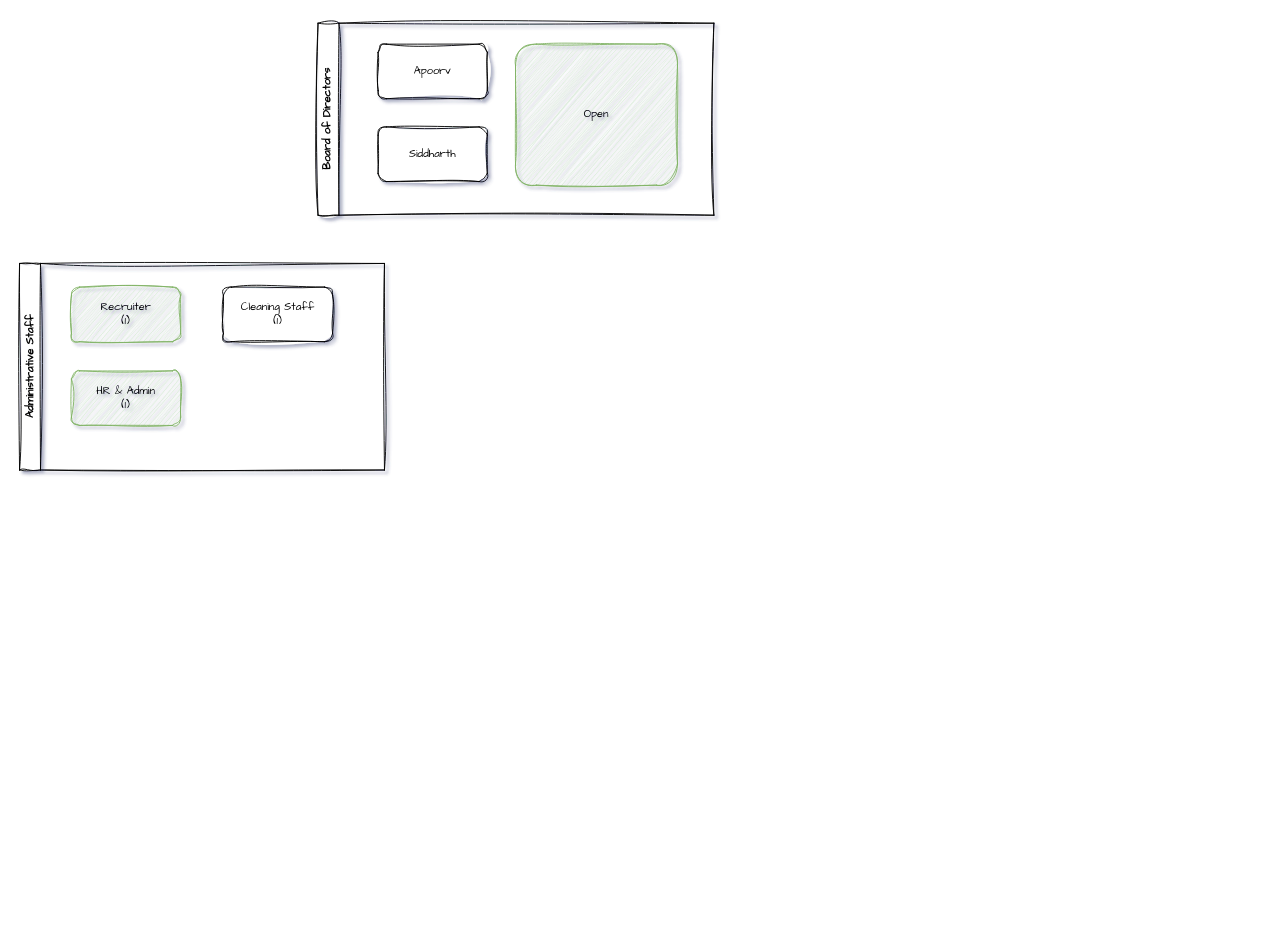
asoral/draw.io keeps this draw.io diagram as Untitled Diagram.drawio. Above is the earlier version. Source tidied: cells renumbered, new cells numbered last; positions are measured from the earlier drawing's top-left corner, leaving out a move shared by most shapes. Both pictures are drawn from the tidied source at 91%, with x=0, y=0 at pixel (19, 23).
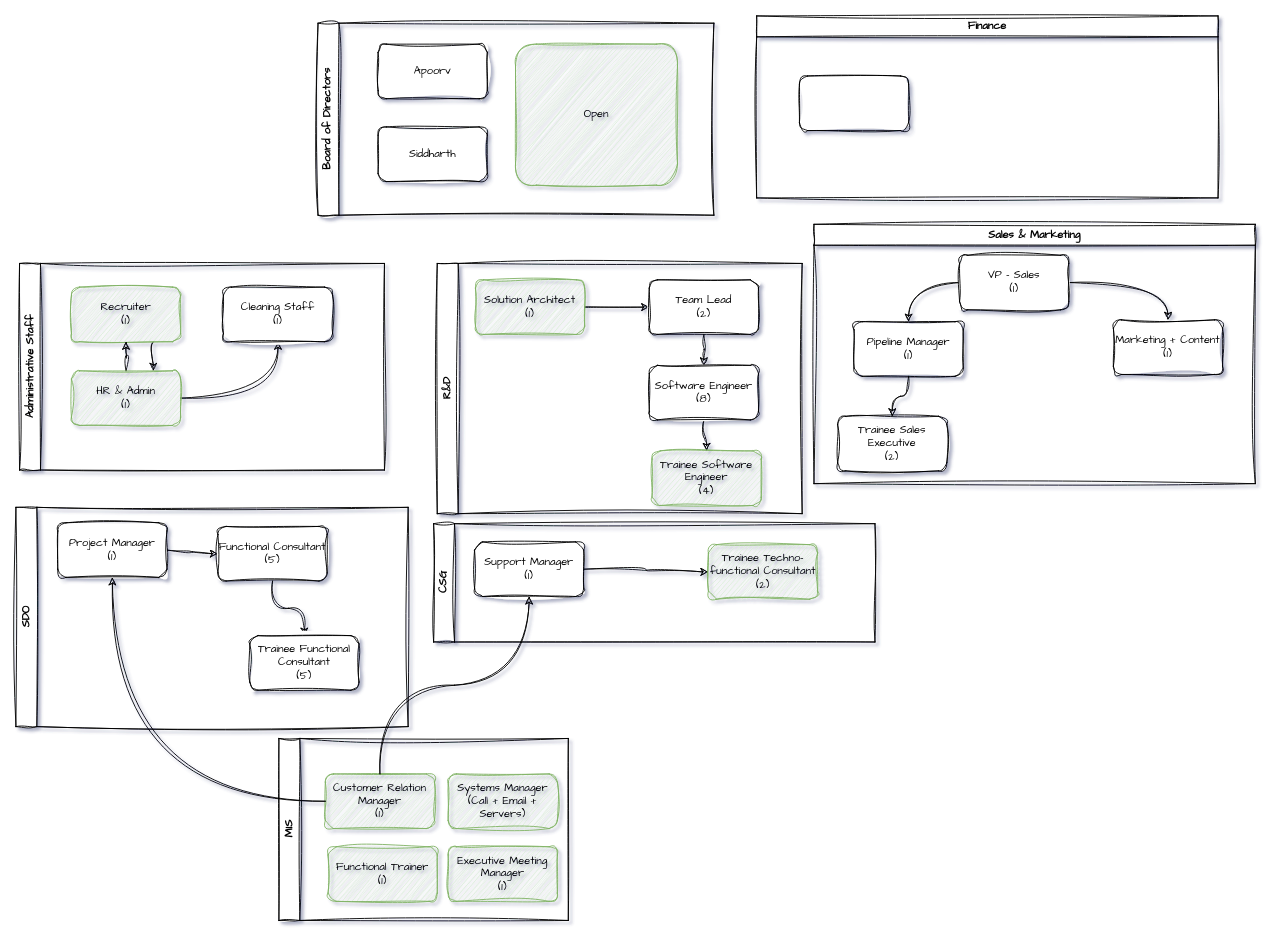
The same diagram, later.

Unchanged cells that the change refers to:
```xml
<mxCell id="6" value="Administrative Staff" style="swimlane;horizontal=0;whiteSpace=wrap;html=1;sketch=1;hachureGap=4;jiggle=2;curveFitting=1;fontFamily=Architects Daughter;" parent="1" vertex="1">
  <mxGeometry y="264" width="401" height="227" as="geometry" />
</mxCell>
<mxCell id="7" value="Recruiter&lt;div&gt;(1)&lt;/div&gt;" style="rounded=1;whiteSpace=wrap;html=1;sketch=1;hachureGap=4;jiggle=2;curveFitting=1;fontFamily=Architects Daughter;fillColor=#d5e8d4;strokeColor=#82b366;" parent="6" vertex="1">
  <mxGeometry x="57" y="26" width="120" height="60" as="geometry" />
</mxCell>
<mxCell id="8" value="HR &amp;amp; Admin&lt;div&gt;(1)&lt;/div&gt;" style="rounded=1;whiteSpace=wrap;html=1;sketch=1;hachureGap=4;jiggle=2;curveFitting=1;fontFamily=Architects Daughter;fillColor=#d5e8d4;strokeColor=#82b366;" parent="6" vertex="1">
  <mxGeometry x="57" y="118" width="120" height="60" as="geometry" />
</mxCell>
<mxCell id="9" value="Cleaning Staff&lt;div&gt;(1)&lt;/div&gt;" style="rounded=1;whiteSpace=wrap;html=1;sketch=1;hachureGap=4;jiggle=2;curveFitting=1;fontFamily=Architects Daughter;" parent="6" vertex="1">
  <mxGeometry x="224" y="26" width="120" height="60" as="geometry" />
</mxCell>
```

Change to the diagram source:
```diff
@@
+    <mxCell id="10" style="edgeStyle=orthogonalEdgeStyle;curved=1;rounded=0;sketch=1;hachureGap=4;jiggle=2;curveFitting=1;jettySize=auto;html=1;exitX=0.75;exitY=1;exitDx=0;exitDy=0;entryX=0.75;entryY=0;entryDx=0;entryDy=0;fontFamily=Architects Daughter;" parent="6" edge="1" source="7" target="8">
+      <mxGeometry relative="1" as="geometry" />
+    </mxCell>
@@
+    <mxCell id="11" style="edgeStyle=orthogonalEdgeStyle;curved=1;rounded=0;sketch=1;hachureGap=4;jiggle=2;curveFitting=1;jettySize=auto;html=1;fontFamily=Architects Daughter;" parent="6" edge="1" source="8" target="7">
+      <mxGeometry relative="1" as="geometry" />
+    </mxCell>
+    <mxCell id="12" style="edgeStyle=orthogonalEdgeStyle;curved=1;rounded=0;sketch=1;hachureGap=4;jiggle=2;curveFitting=1;jettySize=auto;html=1;exitX=1;exitY=0.5;exitDx=0;exitDy=0;fontFamily=Architects Daughter;" parent="6" edge="1" source="8" target="9">
+      <mxGeometry relative="1" as="geometry" />
+    </mxCell>
@@
+    <mxCell id="13" value="R&amp;amp;D" style="swimlane;horizontal=0;whiteSpace=wrap;html=1;sketch=1;hachureGap=4;jiggle=2;curveFitting=1;fontFamily=Architects Daughter;" parent="1" vertex="1">
+      <mxGeometry x="459" y="264" width="401" height="275" as="geometry" />
+    </mxCell>
+    <mxCell id="14" style="edgeStyle=orthogonalEdgeStyle;curved=1;rounded=0;sketch=1;hachureGap=4;jiggle=2;curveFitting=1;jettySize=auto;html=1;fontFamily=Architects Daughter;" parent="13" edge="1" source="15" target="17">
+      <mxGeometry relative="1" as="geometry" />
+    </mxCell>
+    <mxCell id="15" value="Solution Architect&lt;div&gt;(1)&lt;/div&gt;" style="rounded=1;whiteSpace=wrap;html=1;sketch=1;hachureGap=4;jiggle=2;curveFitting=1;fontFamily=Architects Daughter;fillColor=#d5e8d4;strokeColor=#82b366;" parent="13" vertex="1">
+      <mxGeometry x="42" y="18" width="120" height="60" as="geometry" />
+    </mxCell>
+    <mxCell id="16" style="edgeStyle=orthogonalEdgeStyle;curved=1;rounded=0;sketch=1;hachureGap=4;jiggle=2;curveFitting=1;jettySize=auto;html=1;fontFamily=Architects Daughter;" parent="13" edge="1" source="17" target="19">
+      <mxGeometry relative="1" as="geometry" />
+    </mxCell>
+    <mxCell id="17" value="Team Lead&lt;div&gt;(2)&lt;/div&gt;" style="rounded=1;whiteSpace=wrap;html=1;sketch=1;hachureGap=4;jiggle=2;curveFitting=1;fontFamily=Architects Daughter;" parent="13" vertex="1">
+      <mxGeometry x="233" y="18" width="120" height="60" as="geometry" />
+    </mxCell>
+    <mxCell id="18" style="edgeStyle=orthogonalEdgeStyle;curved=1;rounded=0;sketch=1;hachureGap=4;jiggle=2;curveFitting=1;jettySize=auto;html=1;fontFamily=Architects Daughter;" parent="13" edge="1" source="19" target="20">
+      <mxGeometry relative="1" as="geometry" />
+    </mxCell>
+    <mxCell id="19" value="Software Engineer&lt;div&gt;(8)&lt;/div&gt;" style="rounded=1;whiteSpace=wrap;html=1;sketch=1;hachureGap=4;jiggle=2;curveFitting=1;fontFamily=Architects Daughter;" parent="13" vertex="1">
+      <mxGeometry x="233" y="112" width="120" height="60" as="geometry" />
+    </mxCell>
+    <mxCell id="20" value="Trainee Software Engineer&lt;div&gt;(4)&lt;/div&gt;" style="rounded=1;whiteSpace=wrap;html=1;sketch=1;hachureGap=4;jiggle=2;curveFitting=1;fontFamily=Architects Daughter;fillColor=#d5e8d4;strokeColor=#82b366;" parent="13" vertex="1">
+      <mxGeometry x="236" y="206" width="120" height="60" as="geometry" />
+    </mxCell>
+    <mxCell id="21" value="SDO" style="swimlane;horizontal=0;whiteSpace=wrap;html=1;sketch=1;hachureGap=4;jiggle=2;curveFitting=1;fontFamily=Architects Daughter;" parent="1" vertex="1">
+      <mxGeometry x="-4" y="532" width="431" height="241" as="geometry" />
+    </mxCell>
+    <mxCell id="22" style="edgeStyle=orthogonalEdgeStyle;curved=1;rounded=0;sketch=1;hachureGap=4;jiggle=2;curveFitting=1;jettySize=auto;html=1;fontFamily=Architects Daughter;" parent="21" edge="1" source="23" target="25">
+      <mxGeometry relative="1" as="geometry" />
+    </mxCell>
+    <mxCell id="23" value="Project Manager&lt;div&gt;(1)&lt;/div&gt;" style="rounded=1;whiteSpace=wrap;html=1;sketch=1;hachureGap=4;jiggle=2;curveFitting=1;fontFamily=Architects Daughter;" parent="21" vertex="1">
+      <mxGeometry x="46" y="17" width="120" height="60" as="geometry" />
+    </mxCell>
+    <mxCell id="24" style="edgeStyle=orthogonalEdgeStyle;curved=1;rounded=0;sketch=1;hachureGap=4;jiggle=2;curveFitting=1;jettySize=auto;html=1;fontFamily=Architects Daughter;" parent="21" edge="1" source="25" target="26">
+      <mxGeometry relative="1" as="geometry" />
+    </mxCell>
+    <mxCell id="25" value="Functional Consultant&lt;div&gt;(5)&lt;/div&gt;" style="rounded=1;whiteSpace=wrap;html=1;sketch=1;hachureGap=4;jiggle=2;curveFitting=1;fontFamily=Architects Daughter;" parent="21" vertex="1">
+      <mxGeometry x="222" y="21" width="120" height="60" as="geometry" />
+    </mxCell>
+    <mxCell id="26" value="Trainee Functional Consultant&lt;div&gt;(5)&lt;/div&gt;" style="rounded=1;whiteSpace=wrap;html=1;sketch=1;hachureGap=4;jiggle=2;curveFitting=1;fontFamily=Architects Daughter;" parent="21" vertex="1">
+      <mxGeometry x="257" y="141" width="120" height="60" as="geometry" />
+    </mxCell>
+    <mxCell id="27" value="CSG" style="swimlane;horizontal=0;whiteSpace=wrap;html=1;sketch=1;hachureGap=4;jiggle=2;curveFitting=1;fontFamily=Architects Daughter;" parent="1" vertex="1">
+      <mxGeometry x="455" y="550" width="485" height="130" as="geometry" />
+    </mxCell>
+    <mxCell id="28" style="edgeStyle=orthogonalEdgeStyle;curved=1;rounded=0;sketch=1;hachureGap=4;jiggle=2;curveFitting=1;jettySize=auto;html=1;fontFamily=Architects Daughter;" parent="27" edge="1" source="29" target="30">
+      <mxGeometry relative="1" as="geometry" />
+    </mxCell>
+    <mxCell id="29" value="Support Manager&lt;div&gt;(1)&lt;/div&gt;" style="rounded=1;whiteSpace=wrap;html=1;sketch=1;hachureGap=4;jiggle=2;curveFitting=1;fontFamily=Architects Daughter;" parent="27" vertex="1">
+      <mxGeometry x="45" y="20" width="120" height="60" as="geometry" />
+    </mxCell>
+    <mxCell id="30" value="Trainee Techno-functional Consultant&lt;div&gt;&lt;div&gt;(2)&lt;/div&gt;&lt;/div&gt;" style="whiteSpace=wrap;html=1;fontFamily=Architects Daughter;rounded=1;sketch=1;hachureGap=4;jiggle=2;curveFitting=1;fillColor=#d5e8d4;strokeColor=#82b366;" parent="27" vertex="1">
+      <mxGeometry x="302" y="23" width="120" height="60" as="geometry" />
+    </mxCell>
+    <mxCell id="31" value="MIS" style="swimlane;horizontal=0;whiteSpace=wrap;html=1;sketch=1;hachureGap=4;jiggle=2;curveFitting=1;fontFamily=Architects Daughter;" parent="1" vertex="1">
+      <mxGeometry x="285" y="786" width="318" height="200" as="geometry" />
+    </mxCell>
+    <mxCell id="32" value="Customer Relation Manager&lt;div&gt;(1)&lt;/div&gt;" style="rounded=1;whiteSpace=wrap;html=1;sketch=1;hachureGap=4;jiggle=2;curveFitting=1;fontFamily=Architects Daughter;fillColor=#d5e8d4;strokeColor=#82b366;" parent="31" vertex="1">
+      <mxGeometry x="51" y="39" width="120" height="60" as="geometry" />
+    </mxCell>
+    <mxCell id="33" value="Systems Manager&lt;div&gt;(Call + Email + Servers)&lt;/div&gt;" style="rounded=1;whiteSpace=wrap;html=1;sketch=1;hachureGap=4;jiggle=2;curveFitting=1;fontFamily=Architects Daughter;fillColor=#d5e8d4;strokeColor=#82b366;" parent="31" vertex="1">
+      <mxGeometry x="186" y="39" width="120" height="60" as="geometry" />
+    </mxCell>
+    <mxCell id="34" value="Functional Trainer&lt;div&gt;(1)&lt;/div&gt;" style="rounded=1;whiteSpace=wrap;html=1;sketch=1;hachureGap=4;jiggle=2;curveFitting=1;fontFamily=Architects Daughter;fillColor=#d5e8d4;strokeColor=#82b366;" parent="31" vertex="1">
+      <mxGeometry x="54" y="119" width="120" height="60" as="geometry" />
+    </mxCell>
+    <mxCell id="35" value="Executive Meeting Manager&lt;div&gt;(1)&lt;/div&gt;" style="rounded=1;whiteSpace=wrap;html=1;sketch=1;hachureGap=4;jiggle=2;curveFitting=1;fontFamily=Architects Daughter;fillColor=#d5e8d4;strokeColor=#82b366;" parent="31" vertex="1">
+      <mxGeometry x="186" y="119" width="120" height="60" as="geometry" />
+    </mxCell>
+    <mxCell id="36" style="edgeStyle=orthogonalEdgeStyle;curved=1;rounded=0;sketch=1;hachureGap=4;jiggle=2;curveFitting=1;jettySize=auto;html=1;fontFamily=Architects Daughter;" parent="1" edge="1" source="32" target="23">
+      <mxGeometry relative="1" as="geometry" />
+    </mxCell>
+    <mxCell id="37" style="edgeStyle=orthogonalEdgeStyle;curved=1;rounded=0;sketch=1;hachureGap=4;jiggle=2;curveFitting=1;jettySize=auto;html=1;exitX=0.5;exitY=0;exitDx=0;exitDy=0;fontFamily=Architects Daughter;" parent="1" edge="1" source="32" target="29">
+      <mxGeometry relative="1" as="geometry" />
+    </mxCell>
+    <mxCell id="38" value="Sales &amp;amp; Marketing" style="swimlane;whiteSpace=wrap;html=1;sketch=1;hachureGap=4;jiggle=2;curveFitting=1;fontFamily=Architects Daughter;" parent="1" vertex="1">
+      <mxGeometry x="873" y="221" width="485" height="285" as="geometry" />
+    </mxCell>
+    <mxCell id="39" style="edgeStyle=orthogonalEdgeStyle;curved=1;rounded=0;sketch=1;hachureGap=4;jiggle=2;curveFitting=1;jettySize=auto;html=1;fontFamily=Architects Daughter;" parent="38" edge="1" source="40" target="44">
+      <mxGeometry relative="1" as="geometry" />
+    </mxCell>
+    <mxCell id="40" value="Pipeline Manager&lt;div&gt;(1)&lt;/div&gt;" style="rounded=1;whiteSpace=wrap;html=1;sketch=1;hachureGap=4;jiggle=2;curveFitting=1;fontFamily=Architects Daughter;" parent="38" vertex="1">
+      <mxGeometry x="44" y="107" width="120" height="60" as="geometry" />
+    </mxCell>
+    <mxCell id="41" style="edgeStyle=orthogonalEdgeStyle;curved=1;rounded=0;sketch=1;hachureGap=4;jiggle=2;curveFitting=1;jettySize=auto;html=1;exitX=0;exitY=0.5;exitDx=0;exitDy=0;entryX=0.5;entryY=0;entryDx=0;entryDy=0;fontFamily=Architects Daughter;" parent="38" edge="1" source="43" target="40">
+      <mxGeometry relative="1" as="geometry" />
+    </mxCell>
+    <mxCell id="42" style="edgeStyle=orthogonalEdgeStyle;curved=1;rounded=0;sketch=1;hachureGap=4;jiggle=2;curveFitting=1;jettySize=auto;html=1;fontFamily=Architects Daughter;" parent="38" edge="1" source="43" target="45">
+      <mxGeometry relative="1" as="geometry" />
+    </mxCell>
+    <mxCell id="43" value="VP - Sales&lt;div&gt;(1)&lt;/div&gt;" style="rounded=1;whiteSpace=wrap;html=1;sketch=1;hachureGap=4;jiggle=2;curveFitting=1;fontFamily=Architects Daughter;" parent="38" vertex="1">
+      <mxGeometry x="160" y="34" width="120" height="60" as="geometry" />
+    </mxCell>
+    <mxCell id="44" value="Trainee Sales Executive&lt;div&gt;(2)&lt;/div&gt;" style="rounded=1;whiteSpace=wrap;html=1;sketch=1;hachureGap=4;jiggle=2;curveFitting=1;fontFamily=Architects Daughter;" parent="38" vertex="1">
+      <mxGeometry x="26" y="211" width="120" height="60" as="geometry" />
+    </mxCell>
+    <mxCell id="45" value="Marketing + Content&lt;div&gt;(1)&lt;/div&gt;" style="whiteSpace=wrap;html=1;fontFamily=Architects Daughter;rounded=1;sketch=1;hachureGap=4;jiggle=2;curveFitting=1;" parent="38" vertex="1">
+      <mxGeometry x="329" y="105" width="120" height="60" as="geometry" />
+    </mxCell>
+    <mxCell id="46" value="Finance" style="swimlane;whiteSpace=wrap;html=1;sketch=1;hachureGap=4;jiggle=2;curveFitting=1;fontFamily=Architects Daughter;" parent="1" vertex="1">
+      <mxGeometry x="810" y="-8" width="507" height="200" as="geometry" />
+    </mxCell>
+    <mxCell id="47" style="rounded=1;whiteSpace=wrap;html=1;sketch=1;hachureGap=4;jiggle=2;curveFitting=1;fontFamily=Architects Daughter;" parent="46" vertex="1">
+      <mxGeometry x="47" y="66" width="120" height="60" as="geometry" />
+    </mxCell>
```
